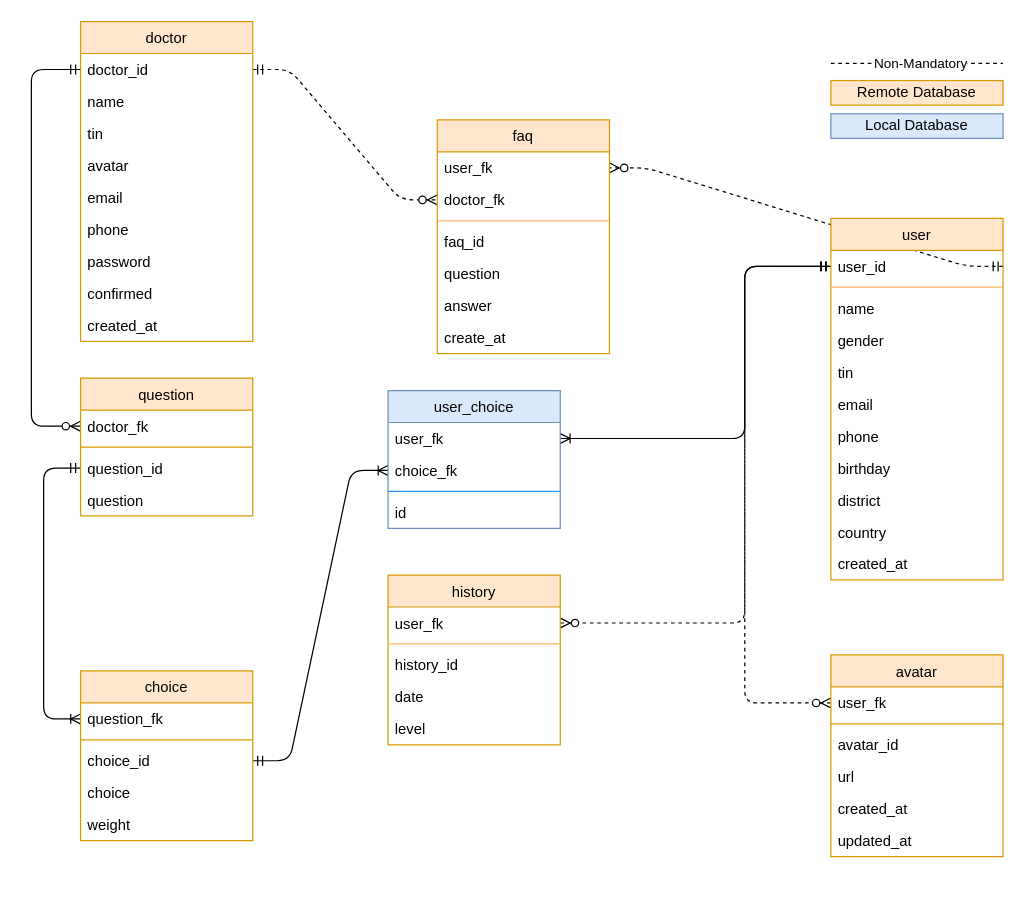
Before: page "er_model" (1 of 2) of documentation/draw.drawio in agostinhoramos/Testing_COVID_19, a draw.io diagram. Source tidied: cells renumbered, new cells numbered last; positions are measured from the earlier drawing's top-left corner, leaving out a move shared by most shapes. Both pictures are drawn from the tidied source at 123%, with x=0, y=0 at pixel (31, 21).
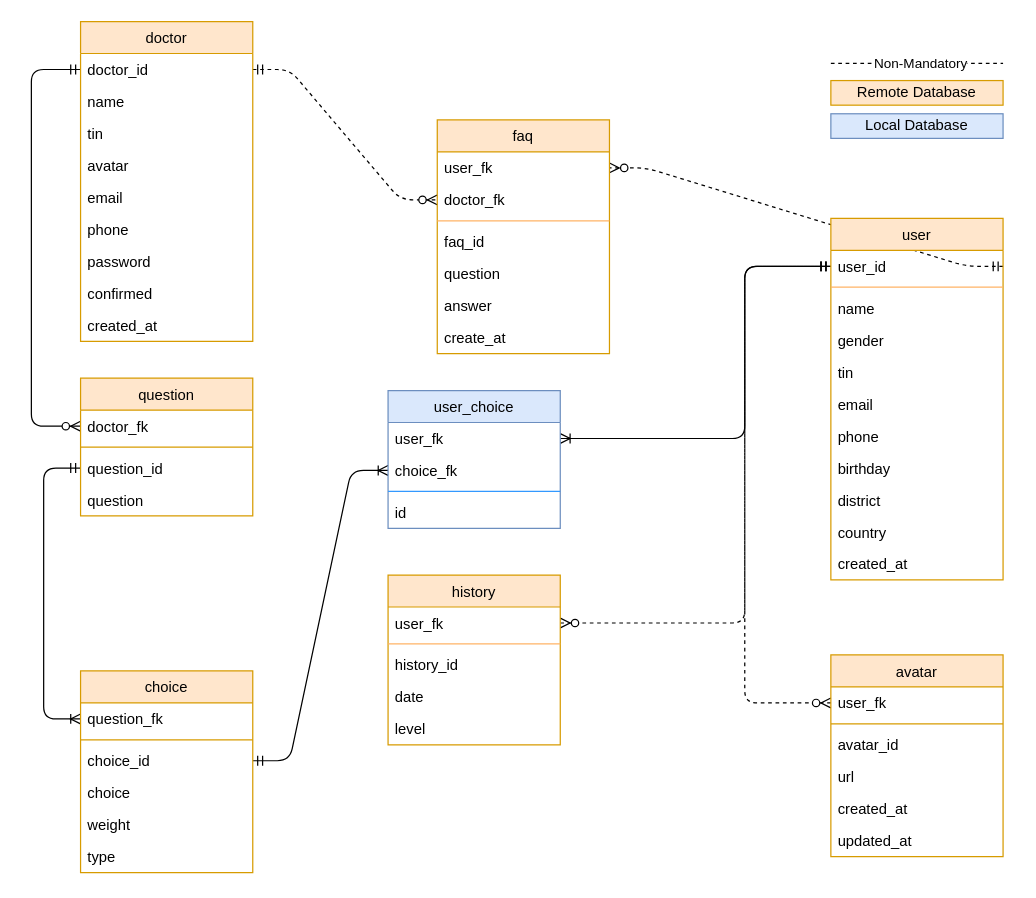
The same diagram, later.

The edit, as a diff of the source:
```diff
@@
     <mxCell id="27" value="choice" style="swimlane;fontStyle=0;horizontal=1;startSize=26;fillColor=#ffe6cc;strokeColor=#d79b00;" parent="1" vertex="1">
-      <mxGeometry x="40" y="528" width="140" height="138" as="geometry" />
+      <mxGeometry x="40" y="528" width="140" height="164" as="geometry" />
     </mxCell>
@@
+    <mxCell id="73" value="type" style="text;strokeColor=none;fillColor=none;align=left;verticalAlign=top;spacingLeft=4;spacingRight=4;overflow=hidden;" parent="27" vertex="1">
+      <mxGeometry y="138" width="140" height="26" as="geometry" />
+    </mxCell>
```
